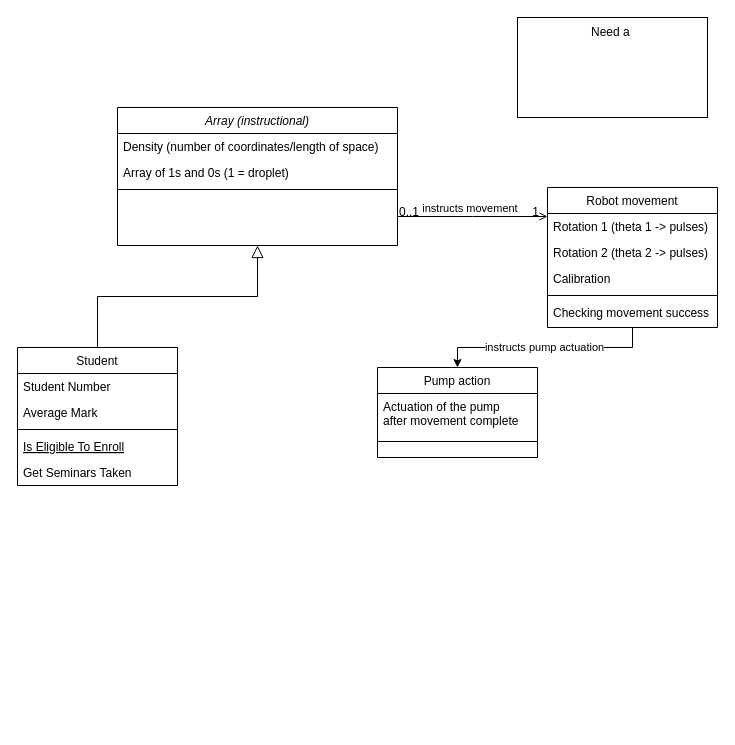
Earlier version of the draw.io diagram Robot_code.drawio (sv42008/recipe2). Source tidied: cells renumbered, new cells numbered last; positions are measured from the earlier drawing's top-left corner, leaving out a move shared by most shapes. Both pictures are drawn from the tidied source at 100%, with x=0, y=0 at pixel (17, 17).
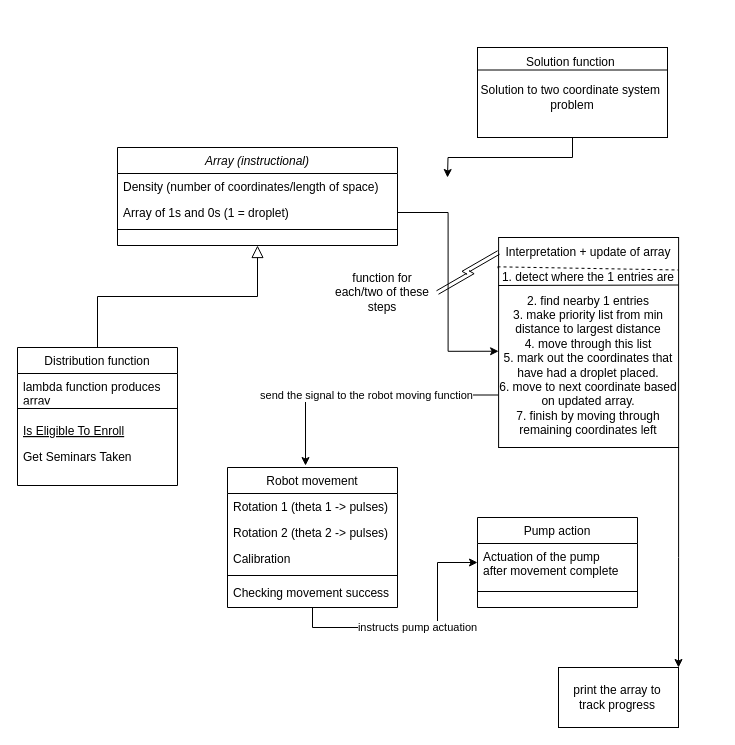
Above is the later version.

The change refers to these unchanged cells:
```xml
<mxCell id="4" value="Array of 1s and 0s (1 = droplet)" style="text;align=left;verticalAlign=top;spacingLeft=4;spacingRight=4;overflow=hidden;points=[[0,0.5],[1,0.5]];portConstraint=eastwest;rounded=0;shadow=0;html=0;" parent="2" vertex="1">
  <mxGeometry y="52" width="280" height="26" as="geometry" />
</mxCell>
```

What changed in the source:
```diff
@@
     <mxCell id="2" value="Array (instructional)" style="swimlane;fontStyle=2;align=center;verticalAlign=top;horizontal=1;startSize=26;rounded=0;shadow=0;strokeWidth=1;" parent="1" vertex="1">
-      <mxGeometry x="100" y="90" width="280" height="138" as="geometry" />
+      <mxGeometry x="100" y="130" width="280" height="98" as="geometry" />
     </mxCell>
@@
-    <mxCell id="6" value="Student" style="swimlane;fontStyle=0;align=center;verticalAlign=top;horizontal=1;startSize=26;rounded=0;shadow=0;strokeWidth=1;" parent="1" vertex="1">
+    <mxCell id="6" value="Distribution function" style="swimlane;fontStyle=0;align=center;verticalAlign=top;horizontal=1;startSize=26;rounded=0;shadow=0;strokeWidth=1;" parent="1" vertex="1">
       <mxGeometry y="330" width="160" height="138" as="geometry" />
     </mxCell>
-    <mxCell id="7" value="Student Number" style="text;align=left;verticalAlign=top;spacingLeft=4;spacingRight=4;overflow=hidden;" parent="6" vertex="1">
+    <mxCell id="7" value="lambda function produces &#10;array" style="text;align=left;verticalAlign=top;spacingLeft=4;spacingRight=4;overflow=hidden;" parent="6" vertex="1">
       <mxGeometry y="26" width="160" height="26" as="geometry" />
     </mxCell>
-    <mxCell id="8" value="Average Mark" style="text;align=left;verticalAlign=top;spacingLeft=4;spacingRight=4;overflow=hidden;rounded=0;shadow=0;html=0;" parent="6" vertex="1">
-      <mxGeometry y="52" width="160" height="26" as="geometry" />
-    </mxCell>
     <mxCell id="9" style="line;html=1;strokeWidth=1;align=left;verticalAlign=middle;spacingTop=-1;spacingLeft=3;spacingRight=3;labelPosition=right;" parent="6" vertex="1">
-      <mxGeometry y="78" width="160" height="8" as="geometry" />
+      <mxGeometry y="52" width="160" height="18" as="geometry" />
     </mxCell>
     <mxCell id="10" value="Is Eligible To Enroll" style="text;align=left;verticalAlign=top;spacingLeft=4;spacingRight=4;overflow=hidden;fontStyle=4;" parent="6" vertex="1">
-      <mxGeometry y="86" width="160" height="26" as="geometry" />
+      <mxGeometry y="70" width="160" height="26" as="geometry" />
     </mxCell>
     <mxCell id="11" value="Get Seminars Taken" style="text;align=left;verticalAlign=top;spacingLeft=4;spacingRight=4;overflow=hidden;" parent="6" vertex="1">
-      <mxGeometry y="112" width="160" height="26" as="geometry" />
+      <mxGeometry y="96" width="160" height="26" as="geometry" />
     </mxCell>
@@
     <mxCell id="13" value="Pump action" style="swimlane;fontStyle=0;align=center;verticalAlign=top;horizontal=1;startSize=26;rounded=0;shadow=0;strokeWidth=1;" parent="1" vertex="1">
-      <mxGeometry x="360" y="350" width="160" height="90" as="geometry" />
+      <mxGeometry x="460" y="500" width="160" height="90" as="geometry" />
     </mxCell>
@@
     <mxCell id="17" value="Robot movement" style="swimlane;fontStyle=0;align=center;verticalAlign=top;horizontal=1;startSize=26;rounded=0;shadow=0;strokeWidth=1;" parent="1" vertex="1">
-      <mxGeometry x="530" y="170" width="170" height="140" as="geometry" />
+      <mxGeometry x="210" y="450" width="170" height="140" as="geometry" />
     </mxCell>
@@
-    <mxCell id="23" value="instructs movement" style="endArrow=open;shadow=0;strokeWidth=1;rounded=0;endFill=1;edgeStyle=elbowEdgeStyle;elbow=vertical;" parent="1" edge="1" source="2" target="17">
-      <mxGeometry x="0.5" y="41" relative="1" as="geometry">
-        <mxPoint x="-40" y="32" as="offset" />
-      </mxGeometry>
-    </mxCell>
-    <mxCell id="24" value="0..1" style="align=left;verticalAlign=bottom;labelBackgroundColor=none;fontSize=12;" parent="23" vertex="1">
-      <mxGeometry x="-1" relative="1" as="geometry">
-        <mxPoint y="4" as="offset" />
-      </mxGeometry>
-    </mxCell>
-    <mxCell id="25" value="1" style="align=right;verticalAlign=bottom;labelBackgroundColor=none;fontSize=12;" parent="23" vertex="1">
-      <mxGeometry x="1" relative="1" as="geometry">
-        <mxPoint x="-7" y="4" as="offset" />
-      </mxGeometry>
-    </mxCell>
+    <mxCell id="28" style="edgeStyle=orthogonalEdgeStyle;rounded=0;jettySize=auto;html=1;exitX=0.5;exitY=1;exitDx=0;exitDy=0;" parent="1" edge="1" source="26">
+      <mxGeometry relative="1" as="geometry">
+        <mxPoint x="430" y="160" as="targetPoint" />
+      </mxGeometry>
+    </mxCell>
     <mxCell id="26" style="rounded=0;whiteSpace=wrap;html=1;" parent="1" vertex="1">
-      <mxGeometry x="500" width="190" height="100" as="geometry" />
+      <mxGeometry x="460" y="30" width="190" height="90" as="geometry" />
     </mxCell>
-    <mxCell id="27" value="Need a&amp;nbsp;" style="text;html=1;strokeColor=none;fillColor=none;align=center;verticalAlign=middle;whiteSpace=wrap;rounded=0;" parent="1" vertex="1">
-      <mxGeometry x="500" width="190" height="30" as="geometry" />
+    <mxCell id="27" value="Solution to two coordinate system&amp;nbsp;&lt;br&gt;problem" style="text;html=1;strokeColor=none;fillColor=none;align=center;verticalAlign=middle;whiteSpace=wrap;rounded=0;" parent="1" vertex="1">
+      <mxGeometry x="460" y="60" width="190" height="40" as="geometry" />
     </mxCell>
+    <mxCell id="29" value="Solution function&amp;nbsp;" style="text;html=1;strokeColor=none;fillColor=none;align=center;verticalAlign=middle;whiteSpace=wrap;rounded=0;" parent="1" vertex="1">
+      <mxGeometry x="470" y="30" width="170" height="30" as="geometry" />
+    </mxCell>
+    <mxCell id="30" style="endArrow=none;html=1;rounded=0;entryX=0;entryY=0.25;entryDx=0;entryDy=0;exitX=1;exitY=0.25;exitDx=0;exitDy=0;" parent="1" edge="1" source="26" target="26">
+      <mxGeometry relative="1" as="geometry" />
+    </mxCell>
+    <mxCell id="31" value="send the signal to the robot moving function" style="edgeStyle=orthogonalEdgeStyle;rounded=0;jettySize=auto;html=1;exitX=0;exitY=0.75;exitDx=0;exitDy=0;entryX=0.459;entryY=-0.014;entryDx=0;entryDy=0;entryPerimeter=0;" parent="1" edge="1" source="33" target="17">
+      <mxGeometry relative="1" as="geometry" />
+    </mxCell>
+    <mxCell id="32" style="edgeStyle=orthogonalEdgeStyle;rounded=0;jettySize=auto;html=1;exitX=1;exitY=1;exitDx=0;exitDy=0;entryX=1;entryY=0;entryDx=0;entryDy=0;" parent="1" edge="1" source="33" target="41">
+      <mxGeometry relative="1" as="geometry" />
+    </mxCell>
+    <mxCell id="33" style="rounded=0;whiteSpace=wrap;html=1;" parent="1" vertex="1">
+      <mxGeometry x="481.1" y="220" width="180" height="210" as="geometry" />
+    </mxCell>
+    <mxCell id="34" value="Interpretation + update of array" style="text;html=1;strokeColor=none;fillColor=none;align=center;verticalAlign=middle;whiteSpace=wrap;rounded=0;" parent="1" vertex="1">
+      <mxGeometry x="481.1" y="220" width="180" height="30" as="geometry" />
+    </mxCell>
+    <mxCell id="35" style="endArrow=none;dashed=1;html=1;rounded=0;exitX=-0.006;exitY=0.144;exitDx=0;exitDy=0;exitPerimeter=0;startArrow=none;entryX=1;entryY=0.25;entryDx=0;entryDy=0;" parent="1" edge="1" source="36" target="36">
+      <mxGeometry relative="1" as="geometry" />
+    </mxCell>
+    <mxCell id="36" value="1. detect where the 1 entries are" style="text;html=1;strokeColor=none;fillColor=none;align=center;verticalAlign=middle;whiteSpace=wrap;rounded=0;" parent="1" vertex="1">
+      <mxGeometry x="481.1" y="245" width="180" height="30" as="geometry" />
+    </mxCell>
+    <mxCell id="37" style="endArrow=none;dashed=1;html=1;rounded=0;exitX=-0.006;exitY=0.144;exitDx=0;exitDy=0;exitPerimeter=0;" parent="1" edge="1" source="33" target="36">
+      <mxGeometry relative="1" as="geometry" />
+    </mxCell>
+    <mxCell id="38" style="endArrow=none;html=1;rounded=0;entryX=1;entryY=0.75;entryDx=0;entryDy=0;" parent="1" edge="1" target="36">
+      <mxGeometry relative="1" as="geometry">
+        <mxPoint x="481.1" y="268" as="sourcePoint" />
+      </mxGeometry>
+    </mxCell>
+    <mxCell id="39" value="2. find nearby 1 entries&lt;br&gt;3. make priority list from min distance to largest distance&lt;br&gt;4. move through this list&lt;br&gt;5. mark out the coordinates that have had a droplet placed.&lt;br&gt;6. move to next coordinate based on updated array.&lt;br&gt;7. finish by moving through remaining coordinates left" style="text;html=1;strokeColor=none;fillColor=none;align=center;verticalAlign=middle;whiteSpace=wrap;rounded=0;" parent="1" vertex="1">
+      <mxGeometry x="481.1" y="320" width="180" height="55" as="geometry" />
+    </mxCell>
+    <mxCell id="40" style="edgeStyle=orthogonalEdgeStyle;rounded=0;jettySize=auto;html=1;exitX=1;exitY=0.5;exitDx=0;exitDy=0;entryX=0;entryY=0.25;entryDx=0;entryDy=0;" parent="1" edge="1" source="4" target="39">
+      <mxGeometry relative="1" as="geometry" />
+    </mxCell>
+    <mxCell id="41" style="rounded=0;whiteSpace=wrap;html=1;" parent="1" vertex="1">
+      <mxGeometry x="541" y="650" width="120" height="60" as="geometry" />
+    </mxCell>
+    <mxCell id="42" value="print the array to track progress" style="text;html=1;strokeColor=none;fillColor=none;align=center;verticalAlign=middle;whiteSpace=wrap;rounded=0;" parent="1" vertex="1">
+      <mxGeometry x="550" y="665" width="100" height="30" as="geometry" />
+    </mxCell>
+    <mxCell id="43" style="edgeStyle=isometricEdgeStyle;rounded=0;jettySize=auto;html=1;exitX=1;exitY=0.5;exitDx=0;exitDy=0;entryX=0;entryY=0.5;entryDx=0;entryDy=0;shape=link;" parent="1" edge="1" source="44" target="34">
+      <mxGeometry relative="1" as="geometry" />
+    </mxCell>
+    <mxCell id="44" value="function for each/two of these steps" style="text;html=1;strokeColor=none;fillColor=none;align=center;verticalAlign=middle;whiteSpace=wrap;rounded=0;" parent="1" vertex="1">
+      <mxGeometry x="310" y="260" width="110" height="30" as="geometry" />
+    </mxCell>
```
